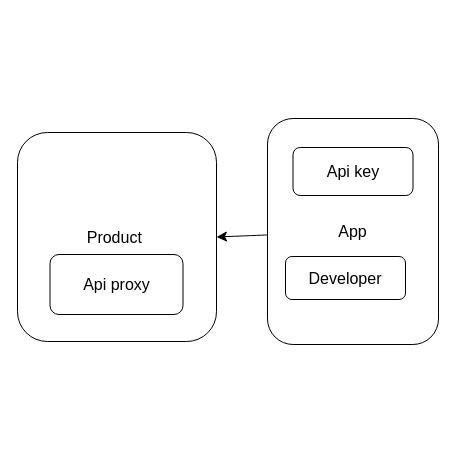
Before: Apigee.drawio in msyadid/HelloWorld, a draw.io diagram. Source tidied: cells renumbered, new cells numbered last; positions are measured from the earlier drawing's top-left corner, leaving out a move shared by most shapes. Both pictures are drawn from the tidied source at 100%, with x=0, y=0 at pixel (17, 118).
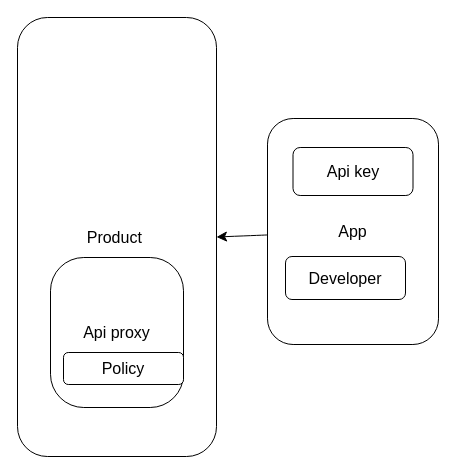
The same diagram, later.

Diff of the diagram source:
```diff
@@
 <mxGraphModel>
   <root>
     <mxCell id="0" />
     <mxCell id="1" parent="0" />
     <mxCell id="2" style="edgeStyle=none;curved=1;rounded=0;jettySize=auto;html=1;entryX=1;entryY=0.5;entryDx=0;entryDy=0;fontSize=12;startSize=8;endSize=8;" parent="1" edge="1" source="3" target="4">
       <mxGeometry relative="1" as="geometry" />
     </mxCell>
     <mxCell id="3" value="App" style="rounded=1;whiteSpace=wrap;html=1;fontSize=16;" parent="1" vertex="1">
       <mxGeometry x="250" width="171" height="226" as="geometry" />
     </mxCell>
     <mxCell id="4" value="Product&amp;nbsp;" style="rounded=1;whiteSpace=wrap;html=1;fontSize=16;" parent="1" vertex="1">
-      <mxGeometry y="14" width="199" height="209" as="geometry" />
+      <mxGeometry y="-101" width="199" height="439" as="geometry" />
     </mxCell>
-    <mxCell id="5" value="Api proxy" style="rounded=1;whiteSpace=wrap;html=1;fontSize=16;" parent="1" vertex="1">
-      <mxGeometry x="32.5" y="136" width="133" height="60" as="geometry" />
+    <mxCell id="5" value="Api proxy" style="rounded=1;whiteSpace=wrap;html=1;fontSize=16;arcSize=25;" parent="1" vertex="1">
+      <mxGeometry x="33" y="139" width="133" height="150" as="geometry" />
     </mxCell>
     <mxCell id="6" value="Developer" style="rounded=1;whiteSpace=wrap;html=1;fontSize=16;" parent="1" vertex="1">
       <mxGeometry x="268" y="138" width="120" height="43" as="geometry" />
     </mxCell>
     <mxCell id="7" value="Api key" style="rounded=1;whiteSpace=wrap;html=1;fontSize=16;" parent="1" vertex="1">
       <mxGeometry x="275.5" y="29" width="120" height="48" as="geometry" />
     </mxCell>
+    <mxCell id="8" value="Policy" style="rounded=1;whiteSpace=wrap;html=1;fontSize=16;" parent="1" vertex="1">
+      <mxGeometry x="46" y="234" width="120" height="32" as="geometry" />
+    </mxCell>
   </root>
 </mxGraphModel>
```
